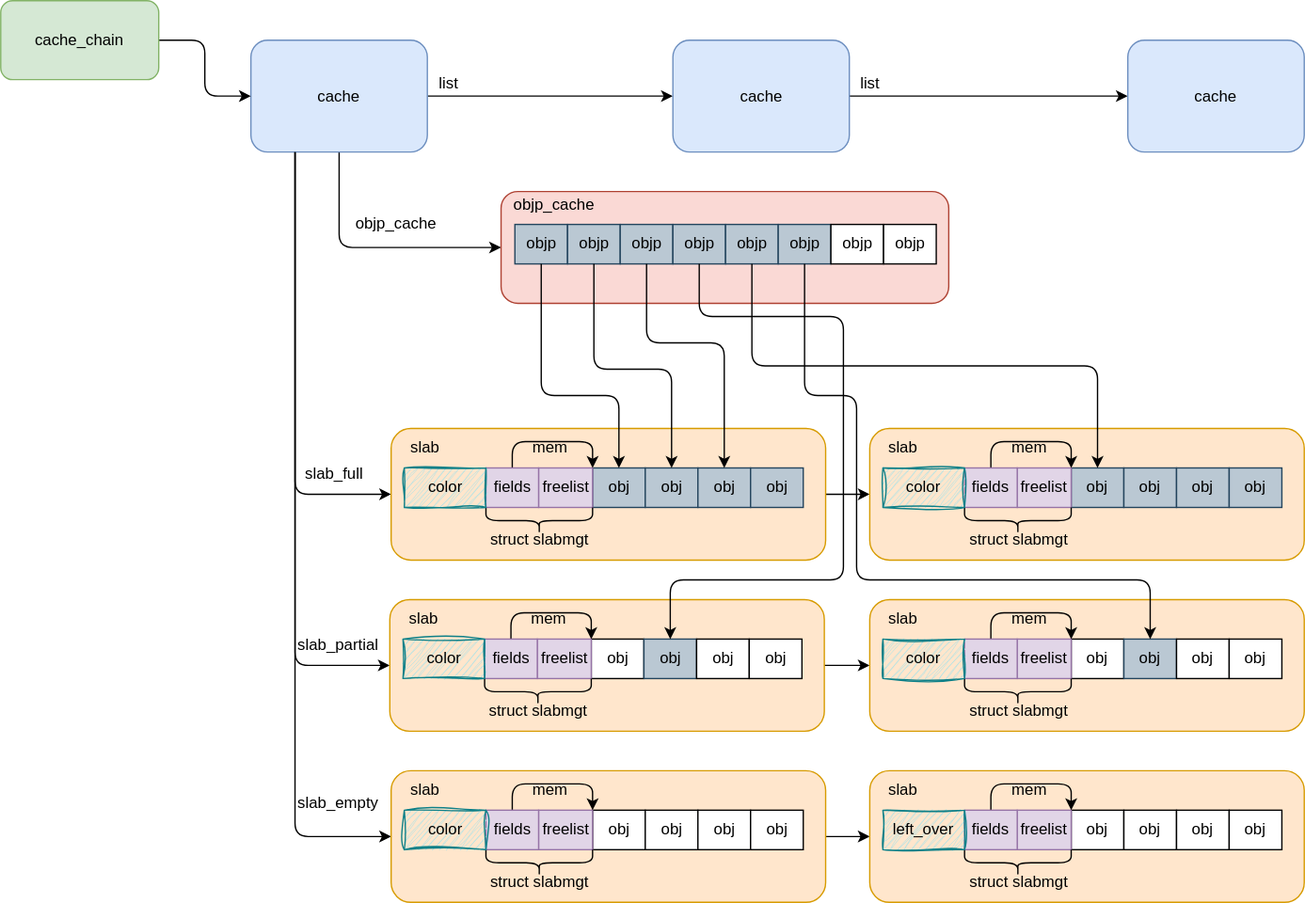
This is images/kmem_cache-physical-structure.drawio.svg from kongjun18/thesis, a draw.io export, as it was before one commit. Source tidied: cells renumbered, new cells last; positions are measured from the earlier drawing's top-left corner, leaving out a move shared by most shapes.
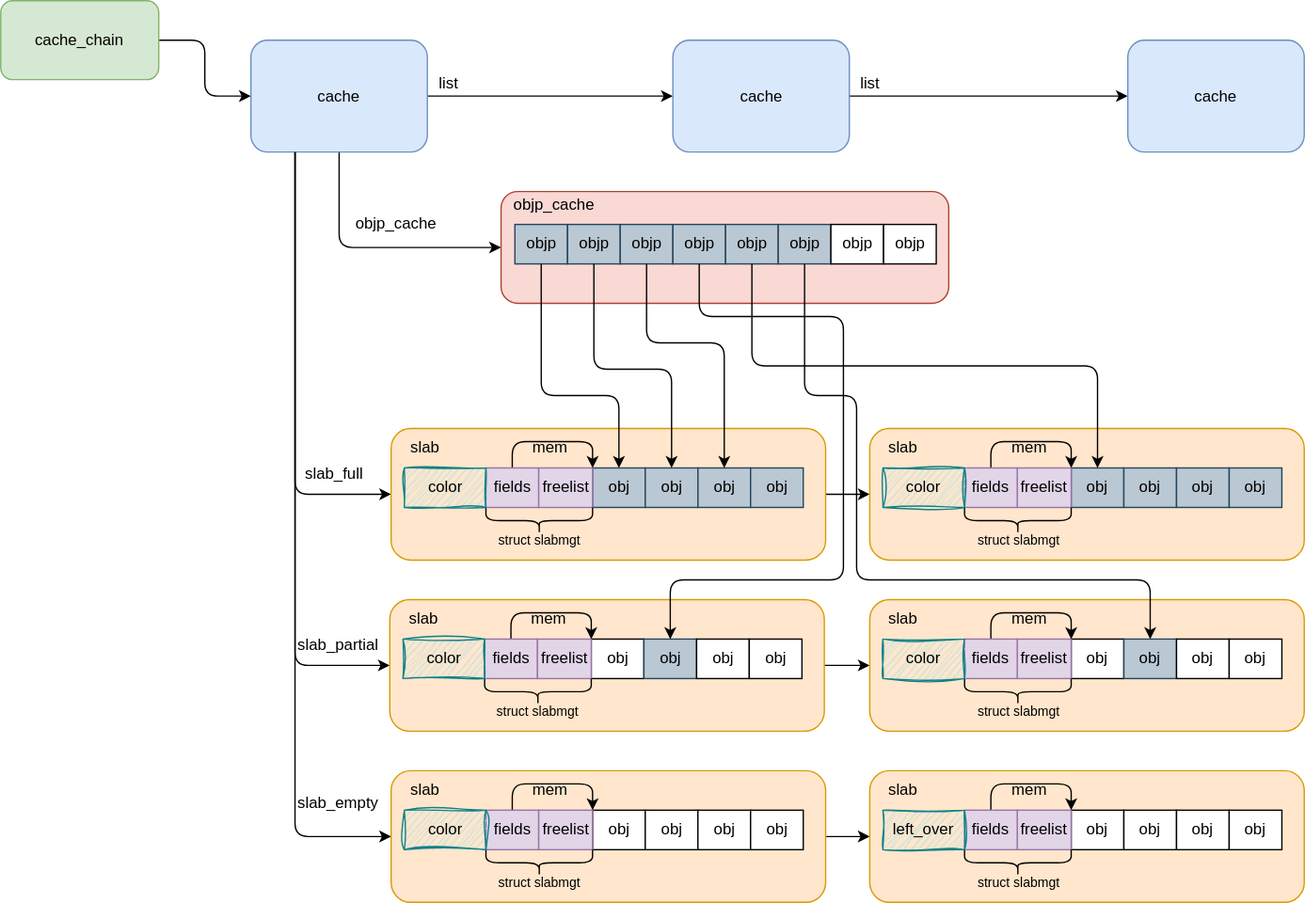
After the change.

The edit, as a diff of the source:
```diff
@@ -130,8 +130,8 @@
     <mxCell id="39" style="shape=curlyBracket;whiteSpace=wrap;html=1;rounded=1;labelPosition=left;verticalLabelPosition=middle;align=right;verticalAlign=middle;direction=south;rotation=-180;" parent="1" vertex="1">
       <mxGeometry x="367.5" y="515" width="81" height="20" as="geometry" />
     </mxCell>
-    <mxCell id="40" value="struct slabmgt" style="text;html=1;align=center;verticalAlign=middle;strokeColor=none;fillColor=none;" parent="1" vertex="1">
-      <mxGeometry x="373" y="525" width="70" height="30" as="geometry" />
+    <mxCell id="40" value="struct slabmgt" style="text;align=center;verticalAlign=middle;strokeColor=none;fillColor=none;labelBorderColor=none;fontSize=10;" parent="1" vertex="1">
+      <mxGeometry x="363" y="525" width="90" height="30" as="geometry" />
     </mxCell>
     <mxCell id="41" value="mem" style="text;html=1;align=center;verticalAlign=middle;strokeColor=none;fillColor=none;" parent="1" vertex="1">
       <mxGeometry x="391" y="455" width="50" height="30" as="geometry" />
@@ -169,8 +169,8 @@
     <mxCell id="52" style="shape=curlyBracket;whiteSpace=wrap;html=1;rounded=1;labelPosition=left;verticalLabelPosition=middle;align=right;verticalAlign=middle;direction=south;rotation=-180;" parent="1" vertex="1">
       <mxGeometry x="732" y="515" width="81" height="20" as="geometry" />
     </mxCell>
-    <mxCell id="53" value="struct slabmgt" style="text;html=1;align=center;verticalAlign=middle;strokeColor=none;fillColor=none;" parent="1" vertex="1">
-      <mxGeometry x="737.5" y="525" width="70" height="30" as="geometry" />
+    <mxCell id="53" value="&lt;font style=&quot;font-size: 10px;&quot;&gt;struct slabmgt&lt;/font&gt;" style="text;html=1;align=center;verticalAlign=middle;strokeColor=none;fillColor=none;" parent="1" vertex="1">
+      <mxGeometry x="727.5" y="525" width="90" height="30" as="geometry" />
     </mxCell>
     <mxCell id="54" value="mem" style="text;html=1;align=center;verticalAlign=middle;strokeColor=none;fillColor=none;" parent="1" vertex="1">
       <mxGeometry x="755.5" y="455" width="50" height="30" as="geometry" />
@@ -211,8 +211,8 @@
     <mxCell id="66" style="shape=curlyBracket;whiteSpace=wrap;html=1;rounded=1;labelPosition=left;verticalLabelPosition=middle;align=right;verticalAlign=middle;direction=south;rotation=-180;" parent="1" vertex="1">
       <mxGeometry x="368.5" y="645" width="81" height="20" as="geometry" />
     </mxCell>
-    <mxCell id="67" value="struct slabmgt" style="text;html=1;align=center;verticalAlign=middle;strokeColor=none;fillColor=none;" parent="1" vertex="1">
-      <mxGeometry x="374" y="655" width="70" height="30" as="geometry" />
+    <mxCell id="67" value="&lt;font style=&quot;font-size: 10px;&quot;&gt;struct slabmgt&lt;/font&gt;" style="text;html=1;align=center;verticalAlign=middle;strokeColor=none;fillColor=none;" parent="1" vertex="1">
+      <mxGeometry x="364" y="655" width="90" height="30" as="geometry" />
     </mxCell>
     <mxCell id="68" value="mem" style="text;html=1;align=center;verticalAlign=middle;strokeColor=none;fillColor=none;" parent="1" vertex="1">
       <mxGeometry x="392" y="585" width="50" height="30" as="geometry" />
@@ -250,8 +250,8 @@
     <mxCell id="79" style="shape=curlyBracket;whiteSpace=wrap;html=1;rounded=1;labelPosition=left;verticalLabelPosition=middle;align=right;verticalAlign=middle;direction=south;rotation=-180;" parent="1" vertex="1">
       <mxGeometry x="732" y="645" width="81" height="20" as="geometry" />
     </mxCell>
-    <mxCell id="80" value="struct slabmgt" style="text;html=1;align=center;verticalAlign=middle;strokeColor=none;fillColor=none;" parent="1" vertex="1">
-      <mxGeometry x="737.5" y="655" width="70" height="30" as="geometry" />
+    <mxCell id="80" value="&lt;font style=&quot;font-size: 10px;&quot;&gt;struct slabmgt&lt;/font&gt;" style="text;html=1;align=center;verticalAlign=middle;strokeColor=none;fillColor=none;" parent="1" vertex="1">
+      <mxGeometry x="727.5" y="655" width="90" height="30" as="geometry" />
     </mxCell>
     <mxCell id="81" value="mem" style="text;html=1;align=center;verticalAlign=middle;strokeColor=none;fillColor=none;" parent="1" vertex="1">
       <mxGeometry x="755.5" y="585" width="50" height="30" as="geometry" />
@@ -292,8 +292,8 @@
     <mxCell id="93" style="shape=curlyBracket;whiteSpace=wrap;html=1;rounded=1;labelPosition=left;verticalLabelPosition=middle;align=right;verticalAlign=middle;direction=south;rotation=-180;" parent="1" vertex="1">
       <mxGeometry x="368.5" y="385" width="81" height="20" as="geometry" />
     </mxCell>
-    <mxCell id="94" value="struct slabmgt" style="text;html=1;align=center;verticalAlign=middle;strokeColor=none;fillColor=none;" parent="1" vertex="1">
-      <mxGeometry x="374" y="395" width="70" height="30" as="geometry" />
+    <mxCell id="94" value="&lt;font style=&quot;font-size: 10px;&quot;&gt;struct slabmgt&lt;/font&gt;" style="text;html=1;align=center;verticalAlign=middle;strokeColor=none;fillColor=none;" parent="1" vertex="1">
+      <mxGeometry x="364" y="395" width="90" height="30" as="geometry" />
     </mxCell>
     <mxCell id="95" value="mem" style="text;html=1;align=center;verticalAlign=middle;strokeColor=none;fillColor=none;" parent="1" vertex="1">
       <mxGeometry x="392" y="325" width="50" height="30" as="geometry" />
@@ -331,8 +331,8 @@
     <mxCell id="106" style="shape=curlyBracket;whiteSpace=wrap;html=1;rounded=1;labelPosition=left;verticalLabelPosition=middle;align=right;verticalAlign=middle;direction=south;rotation=-180;" parent="1" vertex="1">
       <mxGeometry x="732" y="385" width="81" height="20" as="geometry" />
     </mxCell>
-    <mxCell id="107" value="struct slabmgt" style="text;html=1;align=center;verticalAlign=middle;strokeColor=none;fillColor=none;" parent="1" vertex="1">
-      <mxGeometry x="737.5" y="395" width="70" height="30" as="geometry" />
+    <mxCell id="107" value="&lt;font style=&quot;font-size: 10px;&quot;&gt;struct slabmgt&lt;/font&gt;" style="text;html=1;align=center;verticalAlign=middle;strokeColor=none;fillColor=none;" parent="1" vertex="1">
+      <mxGeometry x="727.5" y="395" width="90" height="30" as="geometry" />
     </mxCell>
     <mxCell id="108" value="mem" style="text;html=1;align=center;verticalAlign=middle;strokeColor=none;fillColor=none;" parent="1" vertex="1">
       <mxGeometry x="755.5" y="325" width="50" height="30" as="geometry" />
```
